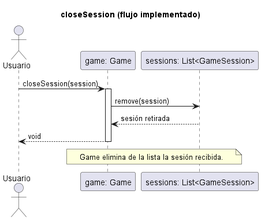
The PlantUML diagram docs/uml/capturas/domain-sequences_001.png in PaglkG/ProyectoFinal-Dopo, before a commit.
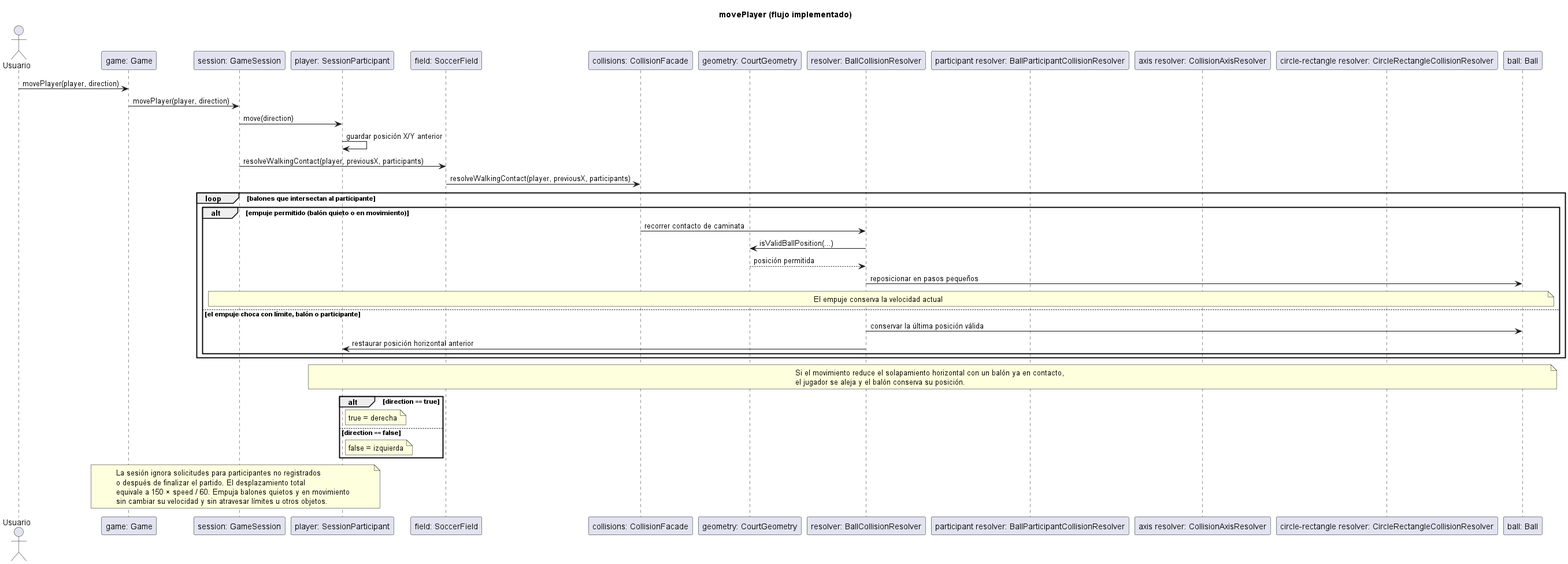
The same diagram one commit later.

What changed in the source:
```diff
@@ -1,13 +1,48 @@
 @startuml
-title closeSession (flujo implementado)
+title movePlayer (flujo implementado)
 actor Usuario
 participant "game: Game" as G
-participant "sessions: List<GameSession>" as L
-Usuario -> G ++: closeSession(session)
-G -> L: remove(session)
-L --> G: sesión retirada
-G --> Usuario --: void
-note over G,L
-  Game elimina de la lista la sesión recibida.
+participant "session: GameSession" as S
+participant "player: SessionParticipant" as P
+participant "field: SoccerField" as F
+participant "collisions: CollisionFacade" as C
+participant "geometry: CourtGeometry" as CG
+participant "resolver: BallCollisionResolver" as BR
+participant "participant resolver: BallParticipantCollisionResolver" as PR
+participant "axis resolver: CollisionAxisResolver" as AR
+participant "circle-rectangle resolver: CircleRectangleCollisionResolver" as CR
+participant "ball: Ball" as B
+Usuario -> G: movePlayer(player, direction)
+G -> S: movePlayer(player, direction)
+S -> P: move(direction)
+P -> P: guardar posición X/Y anterior
+S -> F: resolveWalkingContact(player, previousX, participants)
+F -> C: resolveWalkingContact(player, previousX, participants)
+loop balones que intersectan al participante
+  alt empuje permitido (balón quieto o en movimiento)
+    C -> BR: recorrer contacto de caminata
+    BR -> CG: isValidBallPosition(...)
+    CG --> BR: posición permitida
+    BR -> B: reposicionar en pasos pequeños
+    note over S,B: El empuje conserva la velocidad actual
+  else el empuje choca con límite, balón o participante
+    BR -> B: conservar la última posición válida
+    BR -> P: restaurar posición horizontal anterior
+  end
+end
+note over P,B
+  Si el movimiento reduce el solapamiento horizontal con un balón ya en contacto,
+  el jugador se aleja y el balón conserva su posición.
+end note
+alt direction == true
+  note right of P: true = derecha
+else direction == false
+  note right of P: false = izquierda
+end
+note over G,P
+  La sesión ignora solicitudes para participantes no registrados
+  o después de finalizar el partido. El desplazamiento total
+  equivale a 150 × speed / 60. Empuja balones quietos y en movimiento
+  sin cambiar su velocidad y sin atravesar límites u otros objetos.
 end note
 @enduml
```
